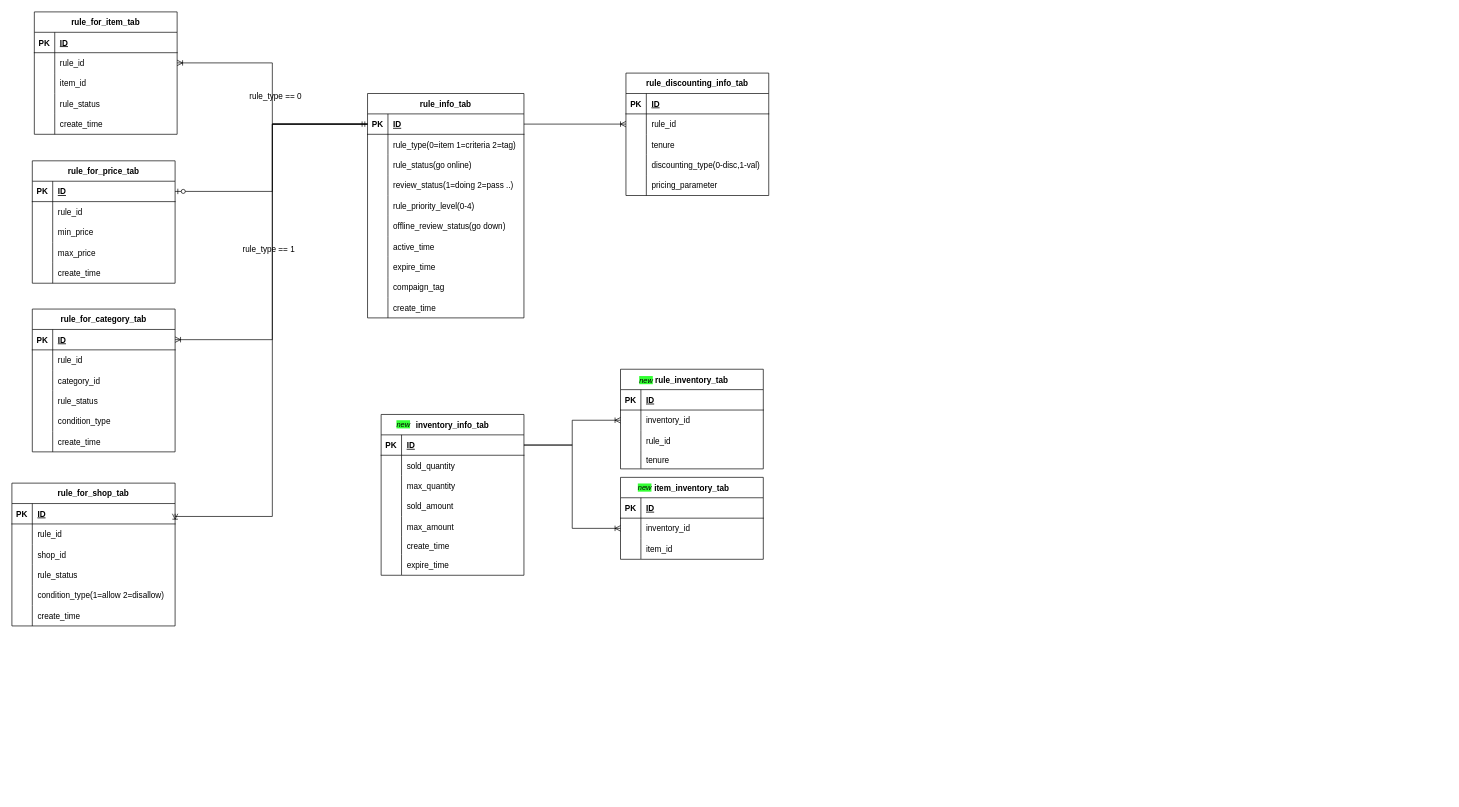
Before: page "data model" (3 of 3) of d-sp-since-2022.drawio in xhd2015/bog, a draw.io diagram. Source tidied: cells renumbered, new cells numbered last; positions are measured from the earlier drawing's top-left corner, leaving out a move shared by most shapes. Both pictures are drawn from the tidied source at 68%, with x=0, y=0 at pixel (12, 12).
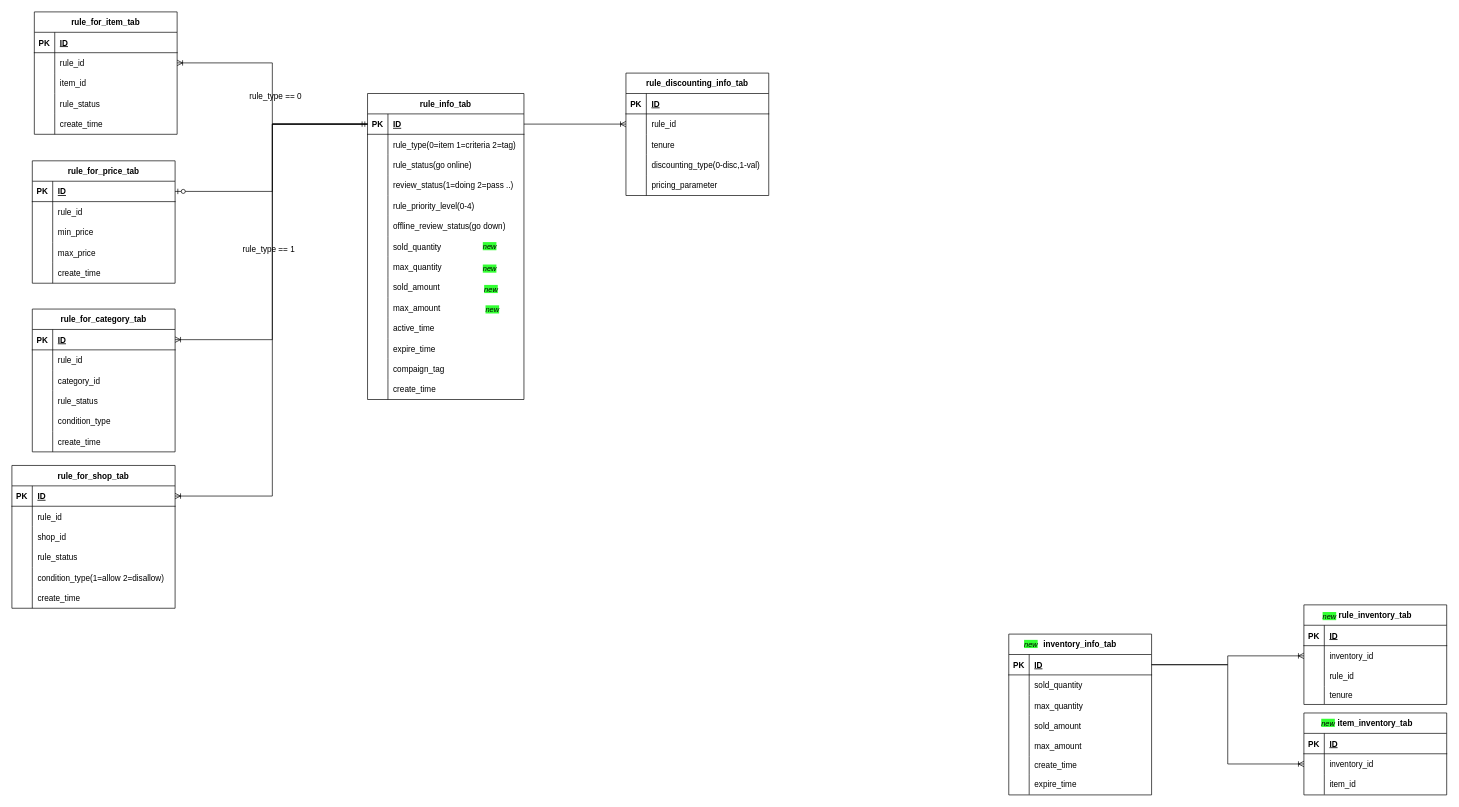
The same page after the edit.

The change refers to these unchanged cells:
```xml
<mxCell id="19" style="shape=tableRow;horizontal=0;startSize=0;swimlaneHead=0;swimlaneBody=0;fillColor=none;points=[[0,0.5],[1,0.5]];portConstraint=eastwest;top=0;left=0;right=0;bottom=1;labelBackgroundColor=none;fontColor=default;strokeColor=default;" parent="18" vertex="1">
  <mxGeometry y="30" width="230" height="30" as="geometry" />
</mxCell>
<mxCell id="104" style="shape=tableRow;horizontal=0;startSize=0;swimlaneHead=0;swimlaneBody=0;fillColor=none;points=[[0,0.5],[1,0.5]];portConstraint=eastwest;top=0;left=0;right=0;bottom=1;labelBackgroundColor=none;fontColor=default;strokeColor=default;" parent="103" vertex="1">
  <mxGeometry y="30" width="240" height="30" as="geometry" />
</mxCell>
```

The edit, as a diff of the source:
```diff
@@
     <mxCell id="18" value="rule_info_tab" style="shape=table;startSize=30;childLayout=tableLayout;rowLines=0;fontStyle=1;align=center;labelBackgroundColor=none;fontColor=default;strokeColor=default;fillColor=none;" parent="1" vertex="1">
-      <mxGeometry x="523" y="120" width="230" height="330" as="geometry" />
+      <mxGeometry x="523" y="120" width="230" height="450" as="geometry" />
     </mxCell>
@@
+    <mxCell id="176" style="shape=tableRow;horizontal=0;startSize=0;swimlaneHead=0;swimlaneBody=0;fillColor=none;top=0;left=0;right=0;bottom=0;labelBackgroundColor=none;fontColor=default;strokeColor=default;" parent="18" vertex="1">
+      <mxGeometry y="210" width="230" height="30" as="geometry" />
+    </mxCell>
+    <mxCell id="177" style="shape=partialRectangle;fillColor=none;top=0;left=0;bottom=0;right=0;overflow=hidden;labelBackgroundColor=none;fontColor=default;strokeColor=default;" parent="176" vertex="1">
+      <mxGeometry width="30" height="30" as="geometry" />
+    </mxCell>
+    <mxCell id="178" value="sold_quantity" style="shape=partialRectangle;fillColor=none;top=0;left=0;bottom=0;right=0;align=left;spacingLeft=6;overflow=hidden;labelBackgroundColor=none;fontColor=default;strokeColor=default;" parent="176" vertex="1">
+      <mxGeometry x="30" width="200" height="30" as="geometry" />
+    </mxCell>
+    <mxCell id="179" style="shape=tableRow;horizontal=0;startSize=0;swimlaneHead=0;swimlaneBody=0;fillColor=none;top=0;left=0;right=0;bottom=0;labelBackgroundColor=none;fontColor=default;strokeColor=default;" parent="18" vertex="1">
+      <mxGeometry y="240" width="230" height="30" as="geometry" />
+    </mxCell>
+    <mxCell id="180" style="shape=partialRectangle;fillColor=none;top=0;left=0;bottom=0;right=0;overflow=hidden;labelBackgroundColor=none;fontColor=default;strokeColor=default;" parent="179" vertex="1">
+      <mxGeometry width="30" height="30" as="geometry" />
+    </mxCell>
+    <mxCell id="181" value="max_quantity" style="shape=partialRectangle;fillColor=none;top=0;left=0;bottom=0;right=0;align=left;spacingLeft=6;overflow=hidden;labelBackgroundColor=none;fontColor=default;strokeColor=default;" parent="179" vertex="1">
+      <mxGeometry x="30" width="200" height="30" as="geometry" />
+    </mxCell>
+    <mxCell id="182" style="shape=tableRow;horizontal=0;startSize=0;swimlaneHead=0;swimlaneBody=0;fillColor=none;top=0;left=0;right=0;bottom=0;labelBackgroundColor=none;fontColor=default;strokeColor=default;" parent="18" vertex="1">
+      <mxGeometry y="270" width="230" height="30" as="geometry" />
+    </mxCell>
+    <mxCell id="183" style="shape=partialRectangle;fillColor=none;top=0;left=0;bottom=0;right=0;overflow=hidden;labelBackgroundColor=none;fontColor=default;strokeColor=default;" parent="182" vertex="1">
+      <mxGeometry width="30" height="30" as="geometry" />
+    </mxCell>
+    <mxCell id="184" value="sold_amount" style="shape=partialRectangle;fillColor=none;top=0;left=0;bottom=0;right=0;align=left;spacingLeft=6;overflow=hidden;labelBackgroundColor=none;fontColor=default;strokeColor=default;" parent="182" vertex="1">
+      <mxGeometry x="30" width="200" height="30" as="geometry" />
+    </mxCell>
+    <mxCell id="185" style="shape=tableRow;horizontal=0;startSize=0;swimlaneHead=0;swimlaneBody=0;fillColor=none;top=0;left=0;right=0;bottom=0;labelBackgroundColor=none;fontColor=default;strokeColor=default;" parent="18" vertex="1">
+      <mxGeometry y="300" width="230" height="30" as="geometry" />
+    </mxCell>
+    <mxCell id="186" style="shape=partialRectangle;fillColor=none;top=0;left=0;bottom=0;right=0;overflow=hidden;labelBackgroundColor=none;fontColor=default;strokeColor=default;" parent="185" vertex="1">
+      <mxGeometry width="30" height="30" as="geometry" />
+    </mxCell>
+    <mxCell id="187" value="max_amount" style="shape=partialRectangle;fillColor=none;top=0;left=0;bottom=0;right=0;align=left;spacingLeft=6;overflow=hidden;labelBackgroundColor=none;fontColor=default;strokeColor=default;" parent="185" vertex="1">
+      <mxGeometry x="30" width="200" height="30" as="geometry" />
+    </mxCell>
     <mxCell id="37" style="shape=tableRow;horizontal=0;startSize=0;swimlaneHead=0;swimlaneBody=0;fillColor=none;top=0;left=0;right=0;bottom=0;labelBackgroundColor=none;fontColor=default;strokeColor=default;" parent="18" vertex="1">
-      <mxGeometry y="210" width="230" height="30" as="geometry" />
+      <mxGeometry y="330" width="230" height="30" as="geometry" />
     </mxCell>
@@
     <mxCell id="40" style="shape=tableRow;horizontal=0;startSize=0;swimlaneHead=0;swimlaneBody=0;fillColor=none;top=0;left=0;right=0;bottom=0;labelBackgroundColor=none;fontColor=default;strokeColor=default;" parent="18" vertex="1">
-      <mxGeometry y="240" width="230" height="30" as="geometry" />
+      <mxGeometry y="360" width="230" height="30" as="geometry" />
     </mxCell>
@@
     <mxCell id="43" style="shape=tableRow;horizontal=0;startSize=0;swimlaneHead=0;swimlaneBody=0;fillColor=none;top=0;left=0;right=0;bottom=0;labelBackgroundColor=none;fontColor=default;strokeColor=default;" parent="18" vertex="1">
-      <mxGeometry y="270" width="230" height="30" as="geometry" />
+      <mxGeometry y="390" width="230" height="30" as="geometry" />
     </mxCell>
@@
     <mxCell id="46" style="shape=tableRow;horizontal=0;startSize=0;swimlaneHead=0;swimlaneBody=0;fillColor=none;top=0;left=0;right=0;bottom=0;labelBackgroundColor=none;fontColor=default;strokeColor=default;" parent="18" vertex="1">
-      <mxGeometry y="300" width="230" height="30" as="geometry" />
+      <mxGeometry y="420" width="230" height="30" as="geometry" />
     </mxCell>
@@
     <mxCell id="103" value="rule_for_shop_tab" style="shape=table;startSize=30;childLayout=tableLayout;rowLines=0;fontStyle=1;align=center;labelBackgroundColor=none;fontColor=default;strokeColor=default;fillColor=none;" parent="1" vertex="1">
-      <mxGeometry y="693" width="240" height="210" as="geometry" />
+      <mxGeometry y="667" width="240" height="210" as="geometry" />
     </mxCell>
@@
     <mxCell id="123" style="edgeStyle=orthogonalEdgeStyle;fontSize=12;html=1;endArrow=ERoneToMany;rounded=0;fontColor=default;exitX=0;exitY=0.5;exitDx=0;exitDy=0;entryX=1;entryY=0.5;entryDx=0;entryDy=0;" parent="1" edge="1" source="19" target="104">
       <mxGeometry relative="1" as="geometry">
         <Array as="points">
           <mxPoint x="383" y="165" />
-          <mxPoint x="383" y="742" />
+          <mxPoint x="383" y="712" />
         </Array>
       </mxGeometry>
     </mxCell>
@@
     <mxCell id="126" value="inventory_info_tab" style="shape=table;startSize=30;childLayout=tableLayout;rowLines=0;fontStyle=1;align=center;labelBackgroundColor=none;fontColor=default;strokeColor=default;fillColor=none;" parent="1" vertex="1">
-      <mxGeometry x="543" y="592" width="210" height="236.5" as="geometry" />
+      <mxGeometry x="1466" y="915" width="210" height="236.5" as="geometry" />
     </mxCell>
@@
     <mxCell id="148" value="rule_inventory_tab" style="shape=table;startSize=30;childLayout=tableLayout;rowLines=0;fontStyle=1;align=center;labelBackgroundColor=none;fontColor=default;strokeColor=default;fillColor=none;" parent="1" vertex="1">
-      <mxGeometry x="895" y="525.5" width="210" height="146.5" as="geometry" />
+      <mxGeometry x="1900" y="872" width="210" height="146.5" as="geometry" />
     </mxCell>
@@
     <mxCell id="161" value="item_inventory_tab" style="shape=table;startSize=30;childLayout=tableLayout;rowLines=0;fontStyle=1;align=center;labelBackgroundColor=none;fontColor=default;strokeColor=default;fillColor=none;" parent="1" vertex="1">
-      <mxGeometry x="895" y="684.5" width="210" height="120.5" as="geometry" />
+      <mxGeometry x="1900" y="1031" width="210" height="120.5" as="geometry" />
     </mxCell>
@@
     <mxCell id="173" value="&lt;i&gt;&lt;font style=&quot;background-color: rgb(51 , 255 , 51) ; font-size: 11px&quot;&gt;new&lt;/font&gt;&lt;/i&gt;" style="text;html=1;strokeColor=none;fillColor=none;align=center;verticalAlign=middle;whiteSpace=wrap;rounded=0;labelBackgroundColor=none;fontFamily=Helvetica;fontSize=11;fontColor=default;" parent="1" vertex="1">
-      <mxGeometry x="546" y="592" width="60" height="30" as="geometry" />
+      <mxGeometry x="1469" y="915" width="60" height="30" as="geometry" />
     </mxCell>
     <mxCell id="174" value="&lt;i&gt;&lt;font style=&quot;background-color: rgb(51 , 255 , 51)&quot;&gt;new&lt;/font&gt;&lt;/i&gt;" style="text;html=1;strokeColor=none;fillColor=none;align=center;verticalAlign=middle;whiteSpace=wrap;rounded=0;labelBackgroundColor=none;fontFamily=Helvetica;fontSize=11;fontColor=default;" parent="1" vertex="1">
-      <mxGeometry x="901" y="684.5" width="60" height="30" as="geometry" />
+      <mxGeometry x="1906" y="1031" width="60" height="30" as="geometry" />
     </mxCell>
     <mxCell id="175" value="&lt;i&gt;&lt;font style=&quot;background-color: rgb(51 , 255 , 51)&quot;&gt;new&lt;/font&gt;&lt;/i&gt;" style="text;html=1;strokeColor=none;fillColor=none;align=center;verticalAlign=middle;whiteSpace=wrap;rounded=0;labelBackgroundColor=none;fontFamily=Helvetica;fontSize=11;fontColor=default;" parent="1" vertex="1">
-      <mxGeometry x="903" y="527" width="60" height="30" as="geometry" />
+      <mxGeometry x="1908" y="873.5" width="60" height="30" as="geometry" />
     </mxCell>
+    <mxCell id="188" value="&lt;i&gt;&lt;font style=&quot;background-color: rgb(51 , 255 , 51) ; font-size: 11px&quot;&gt;new&lt;/font&gt;&lt;/i&gt;" style="text;html=1;strokeColor=none;fillColor=none;align=center;verticalAlign=middle;whiteSpace=wrap;rounded=0;labelBackgroundColor=none;fontFamily=Helvetica;fontSize=11;fontColor=default;" parent="1" vertex="1">
+      <mxGeometry x="673" y="330" width="60" height="30" as="geometry" />
+    </mxCell>
+    <mxCell id="189" value="&lt;i&gt;&lt;font style=&quot;background-color: rgb(51 , 255 , 51) ; font-size: 11px&quot;&gt;new&lt;/font&gt;&lt;/i&gt;" style="text;html=1;strokeColor=none;fillColor=none;align=center;verticalAlign=middle;whiteSpace=wrap;rounded=0;labelBackgroundColor=none;fontFamily=Helvetica;fontSize=11;fontColor=default;" parent="1" vertex="1">
+      <mxGeometry x="673" y="363" width="60" height="30" as="geometry" />
+    </mxCell>
+    <mxCell id="190" value="&lt;i&gt;&lt;font style=&quot;background-color: rgb(51 , 255 , 51) ; font-size: 11px&quot;&gt;new&lt;/font&gt;&lt;/i&gt;" style="text;html=1;strokeColor=none;fillColor=none;align=center;verticalAlign=middle;whiteSpace=wrap;rounded=0;labelBackgroundColor=none;fontFamily=Helvetica;fontSize=11;fontColor=default;" parent="1" vertex="1">
+      <mxGeometry x="675" y="393" width="60" height="30" as="geometry" />
+    </mxCell>
+    <mxCell id="191" value="&lt;i&gt;&lt;font style=&quot;background-color: rgb(51 , 255 , 51) ; font-size: 11px&quot;&gt;new&lt;/font&gt;&lt;/i&gt;" style="text;html=1;strokeColor=none;fillColor=none;align=center;verticalAlign=middle;whiteSpace=wrap;rounded=0;labelBackgroundColor=none;fontFamily=Helvetica;fontSize=11;fontColor=default;" parent="1" vertex="1">
+      <mxGeometry x="677" y="423" width="60" height="30" as="geometry" />
+    </mxCell>
```
